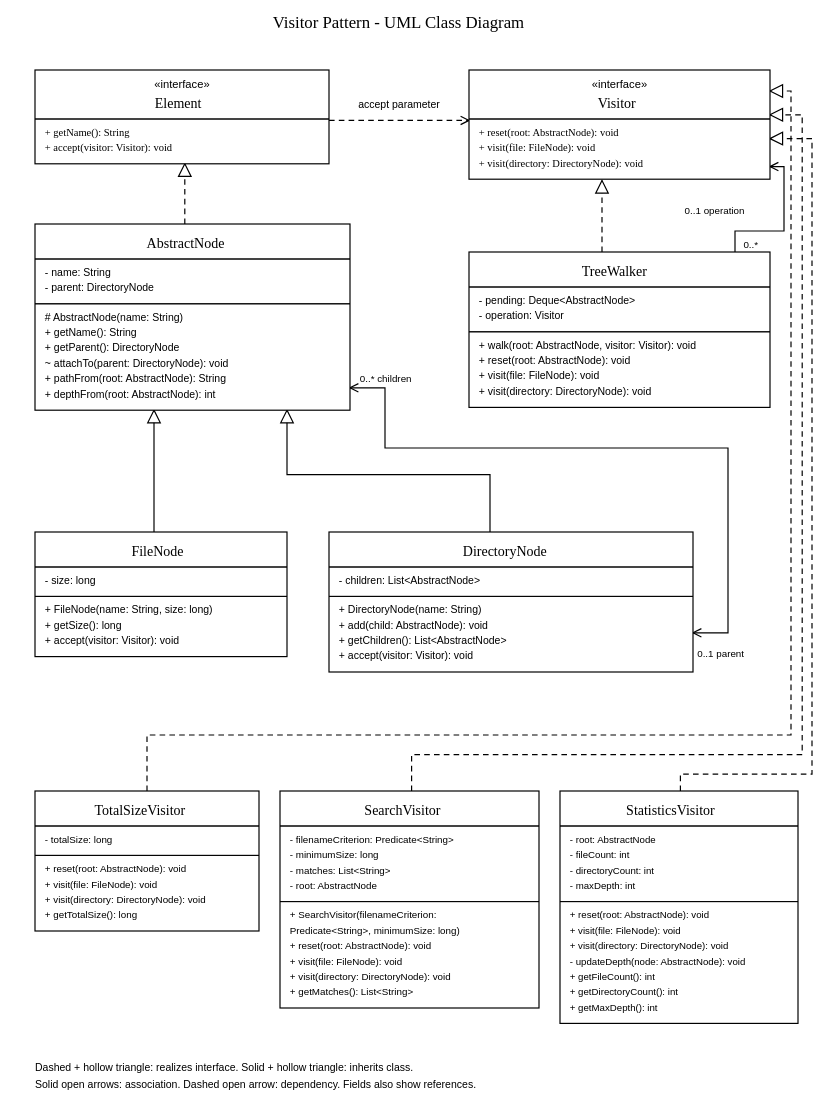
tnaumovv/assignment6-visitor-pattern keeps this PlantUML diagram as report/Visitor_Class_Diagram.svg. Above is the earlier version. Its source is kept beside it as report/Visitor_Class_Diagram.puml. The source it was exported from:
```plantuml
@startuml
skinparam monochrome true
skinparam shadowing false
skinparam classAttributeIconSize 0
skinparam linetype ortho
hide circle

interface Element {
  +getName(): String
  +accept(visitor: Visitor): void
}
abstract class AbstractNode {
  -name: String
  -parent: DirectoryNode
  #AbstractNode(name: String)
  +getName(): String
  +getParent(): DirectoryNode
  ~attachTo(parent: DirectoryNode): void
  +pathFrom(root: AbstractNode): String
  +depthFrom(root: AbstractNode): int
}
class FileNode {
  -size: long
  +FileNode(name: String, size: long)
  +getSize(): long
  +accept(visitor: Visitor): void
}
class DirectoryNode {
  -children: List<AbstractNode>
  +DirectoryNode(name: String)
  +add(child: AbstractNode): void
  +getChildren(): List<AbstractNode>
  +accept(visitor: Visitor): void
}
interface Visitor {
  +reset(root: AbstractNode): void
  +visit(file: FileNode): void
  +visit(directory: DirectoryNode): void
}
class TreeWalker {
  -pending: Deque<AbstractNode>
  -operation: Visitor
  +walk(root: AbstractNode, visitor: Visitor): void
  +reset(root: AbstractNode): void
  +visit(file: FileNode): void
  +visit(directory: DirectoryNode): void
}
class TotalSizeVisitor {
  -totalSize: long
  +reset(root: AbstractNode): void
  +visit(file: FileNode): void
  +visit(directory: DirectoryNode): void
  +getTotalSize(): long
}
class SearchVisitor {
  -filenameCriterion: Predicate<String>
  -minimumSize: long
  -matches: List<String>
  -root: AbstractNode
  +SearchVisitor(filenameCriterion: Predicate<String>, minimumSize: long)
  +reset(root: AbstractNode): void
  +visit(file: FileNode): void
  +visit(directory: DirectoryNode): void
  +getMatches(): List<String>
}
class StatisticsVisitor {
  -root: AbstractNode
  -fileCount: int
  -directoryCount: int
  -maxDepth: int
  +reset(root: AbstractNode): void
  +visit(file: FileNode): void
  +visit(directory: DirectoryNode): void
  -updateDepth(node: AbstractNode): void
  +getFileCount(): int
  +getDirectoryCount(): int
  +getMaxDepth(): int
}
AbstractNode ..|> Element
FileNode --|> AbstractNode
DirectoryNode --|> AbstractNode
DirectoryNode "0..1 parent" <--> "0..* children" AbstractNode
Element ..> Visitor : accept parameter
TreeWalker ..|> Visitor
TotalSizeVisitor ..|> Visitor
SearchVisitor ..|> Visitor
StatisticsVisitor ..|> Visitor
TreeWalker "0..*" --> "0..1 operation" Visitor
note bottom of AbstractNode
  parent/children fields and association show the same references.
  Other stored references are shown as typed fields.
end note
note bottom of Visitor
  Concrete elements call visitor.visit(this).
  TreeWalker alone owns traversal and resets the operation.
  Main, tests, standard library classes and inherited members are omitted.
end note
@enduml
```
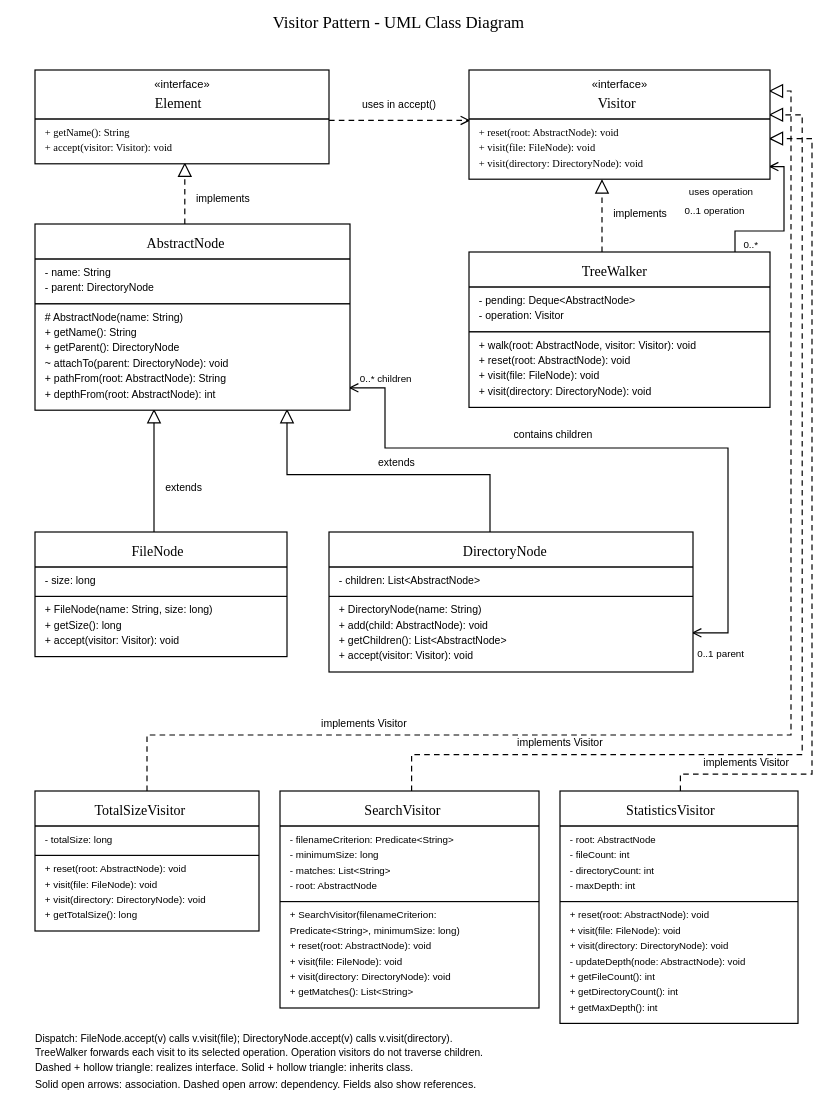
The same diagram one commit later.

Commit message:
Label UML relationships and explain visitor dispatch in the diagram

Diff of the diagram source:
```diff
@@ -76,22 +76,24 @@
   +getDirectoryCount(): int
   +getMaxDepth(): int
 }
-AbstractNode ..|> Element
-FileNode --|> AbstractNode
-DirectoryNode --|> AbstractNode
-DirectoryNode "0..1 parent" <--> "0..* children" AbstractNode
-Element ..> Visitor : accept parameter
-TreeWalker ..|> Visitor
-TotalSizeVisitor ..|> Visitor
-SearchVisitor ..|> Visitor
-StatisticsVisitor ..|> Visitor
-TreeWalker "0..*" --> "0..1 operation" Visitor
+AbstractNode ..|> Element : implements
+FileNode --|> AbstractNode : extends
+DirectoryNode --|> AbstractNode : extends
+DirectoryNode "0..1 parent" <--> "0..* children" AbstractNode : contains children
+Element ..> Visitor : uses in accept()
+TreeWalker ..|> Visitor : implements
+TotalSizeVisitor ..|> Visitor : implements Visitor
+SearchVisitor ..|> Visitor : implements Visitor
+StatisticsVisitor ..|> Visitor : implements Visitor
+TreeWalker "0..*" --> "0..1 operation" Visitor : uses operation
 note bottom of AbstractNode
   parent/children fields and association show the same references.
   Other stored references are shown as typed fields.
 end note
 note bottom of Visitor
-  Concrete elements call visitor.visit(this).
+  FileNode.accept(v) calls v.visit(file).
+  DirectoryNode.accept(v) calls v.visit(directory).
+  TreeWalker forwards each visit to its selected operation.
   TreeWalker alone owns traversal and resets the operation.
   Main, tests, standard library classes and inherited members are omitted.
 end note
```
